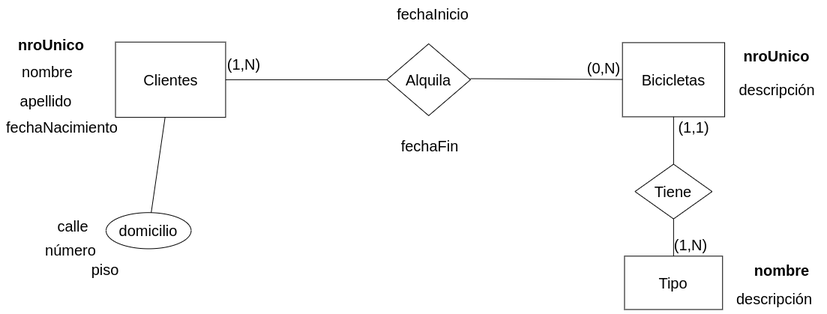
This is Practica/Practica1/drawios-png/ejercicio07P1.drawio.png from c97Ernesto/DisenioBasesDatos, a draw.io export, as it was before one commit. Source tidied: cells renumbered, new cells last; positions are measured from the earlier drawing's top-left corner, leaving out a move shared by most shapes.
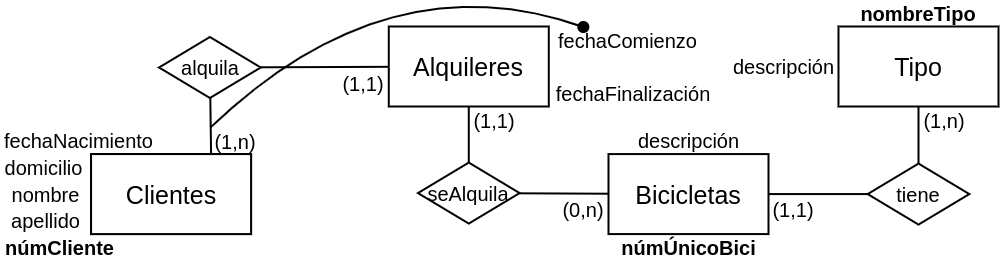
Above is the later version.

Change to the diagram source:
```diff
@@ -1,92 +1,109 @@
-<mxGraphModel background="#ffffff">
+<mxGraphModel>
   <root>
     <mxCell id="0" />
     <mxCell id="1" parent="0" />
-    <mxCell id="2" value="Clientes" style="whiteSpace=wrap;html=1;align=center;labelBackgroundColor=none;flipV=0;flipH=0;fontSize=20;" parent="1" vertex="1">
-      <mxGeometry x="153.5" y="56.7" width="146.9" height="100.4" as="geometry" />
-    </mxCell>
-    <mxCell id="3" value="&lt;b style=&quot;font-size: 20px;&quot;&gt;nroUnico&lt;/b&gt;" style="text;html=1;strokeColor=none;fillColor=none;align=center;verticalAlign=middle;whiteSpace=wrap;rounded=0;rotation=0;labelBackgroundColor=none;flipV=0;flipH=0;fontSize=20;" parent="1" vertex="1">
-      <mxGeometry x="9" y="40" width="117.8" height="39.8" as="geometry" />
-    </mxCell>
-    <mxCell id="4" value="domicilio" style="ellipse;whiteSpace=wrap;html=1;align=center;labelBackgroundColor=none;flipV=0;flipH=0;fontSize=20;" parent="1" vertex="1">
-      <mxGeometry x="141" y="284.2" width="113.4" height="48.2" as="geometry" />
-    </mxCell>
-    <mxCell id="5" value="fechaInicio" style="text;html=1;strokeColor=none;fillColor=none;align=center;verticalAlign=middle;whiteSpace=wrap;rounded=0;rotation=0;labelBackgroundColor=none;flipV=0;flipH=0;fontSize=20;" parent="1" vertex="1">
-      <mxGeometry x="520.6" y="0.4" width="111.6" height="36.2" as="geometry" />
-    </mxCell>
-    <mxCell id="6" style="endArrow=none;html=1;rounded=0;labelBackgroundColor=none;fontColor=default;fontSize=20;" parent="1" edge="1" source="2" target="4">
-      <mxGeometry relative="1" as="geometry" />
-    </mxCell>
+    <mxCell id="30" value="&lt;span style=&quot;font-size: 25px;&quot;&gt;Clientes&lt;/span&gt;" style="whiteSpace=wrap;html=1;align=center;fontSize=20;strokeWidth=2;" parent="1" vertex="1">
+      <mxGeometry x="138.6" y="283.6" width="160" height="80" as="geometry" />
+    </mxCell>
-    <mxCell id="7" value="Bicicletas" style="whiteSpace=wrap;html=1;align=center;fontSize=20;spacing=2;strokeWidth=1;labelBackgroundColor=none;flipV=0;flipH=0;" parent="1" vertex="1">
-      <mxGeometry x="829.7" y="57.4" width="136.3" height="99" as="geometry" />
+    <mxCell id="7" value="&lt;span style=&quot;font-size: 25px;&quot;&gt;Bicicletas&lt;br&gt;&lt;/span&gt;" style="whiteSpace=wrap;html=1;align=center;fontSize=20;strokeWidth=2;" parent="1" vertex="1">
+      <mxGeometry x="656" y="283.6" width="160" height="80" as="geometry" />
     </mxCell>
-    <mxCell id="8" value="&lt;b style=&quot;font-size: 20px;&quot;&gt;nroUnico&lt;/b&gt;" style="text;html=1;strokeColor=none;fillColor=none;align=center;verticalAlign=middle;whiteSpace=wrap;rounded=0;rotation=0;fontSize=20;spacing=2;strokeWidth=1;labelBackgroundColor=none;flipV=0;flipH=0;" parent="1" vertex="1">
-      <mxGeometry x="986.5" y="53" width="99.2" height="44.7" as="geometry" />
-    </mxCell>
-    <mxCell id="9" value="descripción" style="text;html=1;strokeColor=none;fillColor=none;align=center;verticalAlign=middle;whiteSpace=wrap;rounded=0;rotation=0;fontSize=20;spacing=2;strokeWidth=1;labelBackgroundColor=none;flipV=0;flipH=0;" parent="1" vertex="1">
-      <mxGeometry x="969.1" y="97.8" width="133.9" height="43.8" as="geometry" />
-    </mxCell>
-    <mxCell id="10" value="Tipo" style="whiteSpace=wrap;html=1;align=center;fontSize=20;spacing=2;strokeWidth=1;labelBackgroundColor=none;flipV=0;flipH=0;" parent="1" vertex="1">
-      <mxGeometry x="832.5" y="342.3" width="130.8" height="71.2" as="geometry" />
-    </mxCell>
-    <mxCell id="11" value="Tiene" style="shape=rhombus;perimeter=rhombusPerimeter;whiteSpace=wrap;html=1;align=center;fontSize=20;spacing=2;strokeWidth=1;labelBackgroundColor=none;flipV=0;flipH=0;" parent="1" vertex="1">
-      <mxGeometry x="846.4" y="219.6" width="102.9" height="73.1" as="geometry" />
-    </mxCell>
-    <mxCell id="12" style="endArrow=none;html=1;rounded=0;fontSize=20;spacing=2;strokeWidth=1;labelBackgroundColor=none;fontColor=default;" parent="1" edge="1" source="11" target="10">
-      <mxGeometry relative="1" as="geometry" />
-    </mxCell>
-    <mxCell id="13" style="endArrow=none;html=1;rounded=0;fontSize=20;spacing=2;strokeWidth=1;labelBackgroundColor=none;fontColor=default;" parent="1" edge="1" source="7" target="11">
-      <mxGeometry relative="1" as="geometry" />
-    </mxCell>
-    <mxCell id="14" value="&lt;b style=&quot;font-size: 20px;&quot;&gt;nombre&lt;/b&gt;" style="text;html=1;strokeColor=none;fillColor=none;align=center;verticalAlign=middle;whiteSpace=wrap;rounded=0;rotation=0;fontSize=20;spacing=2;strokeWidth=1;labelBackgroundColor=none;flipV=0;flipH=0;" parent="1" vertex="1">
-      <mxGeometry x="989.1" y="342.3" width="106.9" height="36.5" as="geometry" />
-    </mxCell>
-    <mxCell id="15" value="descripción" style="text;html=1;strokeColor=none;fillColor=none;align=center;verticalAlign=middle;whiteSpace=wrap;rounded=0;rotation=0;fontSize=20;spacing=2;strokeWidth=1;labelBackgroundColor=none;flipV=0;flipH=0;" parent="1" vertex="1">
-      <mxGeometry x="983.2" y="378.8" width="99.2" height="40.2" as="geometry" />
-    </mxCell>
-    <mxCell id="16" value="Alquila" style="shape=rhombus;perimeter=rhombusPerimeter;whiteSpace=wrap;html=1;align=center;fontSize=20;spacing=2;strokeWidth=1;labelBackgroundColor=none;flipV=0;flipH=0;" parent="1" vertex="1">
-      <mxGeometry x="515.5" y="59" width="111.6" height="95.9" as="geometry" />
-    </mxCell>
-    <mxCell id="17" style="endArrow=none;html=1;rounded=0;entryX=1;entryY=0.5;entryDx=0;entryDy=0;labelBackgroundColor=none;fontColor=default;fontSize=20;exitX=0;exitY=0.5;exitDx=0;exitDy=0;" parent="1" edge="1" source="16" target="2">
-      <mxGeometry relative="1" as="geometry" />
-    </mxCell>
-    <mxCell id="18" style="endArrow=none;html=1;rounded=0;entryX=1;entryY=0.5;entryDx=0;entryDy=0;labelBackgroundColor=none;fontColor=default;fontSize=20;" parent="1" edge="1" source="7">
-      <mxGeometry relative="1" as="geometry">
-        <mxPoint x="627" y="105.5" as="targetPoint" />
-      </mxGeometry>
-    </mxCell>
-    <mxCell id="19" value="&lt;span style=&quot;font-size: 20px;&quot;&gt;nombre&lt;/span&gt;" style="text;html=1;strokeColor=none;fillColor=none;align=center;verticalAlign=middle;whiteSpace=wrap;rounded=0;rotation=0;labelBackgroundColor=none;flipV=0;flipH=0;fontSize=20;" parent="1" vertex="1">
-      <mxGeometry x="4.2" y="76" width="117.8" height="39.8" as="geometry" />
-    </mxCell>
+    <mxCell id="31" value="&lt;span style=&quot;font-size: 25px;&quot;&gt;Clientes&lt;/span&gt;" style="whiteSpace=wrap;html=1;align=center;fontSize=20;strokeWidth=2;" parent="1" vertex="1">
+      <mxGeometry x="138.6" y="283.6" width="160" height="80" as="geometry" />
+    </mxCell>
+    <mxCell id="32" value="númCliente" style="text;html=1;strokeColor=none;fillColor=none;align=center;verticalAlign=middle;whiteSpace=wrap;rounded=0;fontSize=20;strokeWidth=1;fontStyle=1;" parent="1" vertex="1">
+      <mxGeometry x="47.1" y="363.6" width="120.6" height="26.6" as="geometry" />
+    </mxCell>
+    <mxCell id="33" value="nombre" style="text;html=1;strokeColor=none;fillColor=none;align=center;verticalAlign=middle;whiteSpace=wrap;rounded=0;fontSize=20;" parent="1" vertex="1">
+      <mxGeometry x="49.1" y="310.3" width="89.4" height="26.6" as="geometry" />
+    </mxCell>
-    <mxCell id="20" value="&lt;span style=&quot;font-size: 20px;&quot;&gt;apellido&lt;/span&gt;" style="text;html=1;strokeColor=none;fillColor=none;align=center;verticalAlign=middle;whiteSpace=wrap;rounded=0;rotation=0;labelBackgroundColor=none;flipV=0;flipH=0;fontSize=20;" parent="1" vertex="1">
-      <mxGeometry x="2.2" y="115" width="117.8" height="39.8" as="geometry" />
+    <mxCell id="20" value="apellido" style="text;html=1;strokeColor=none;fillColor=none;align=center;verticalAlign=middle;whiteSpace=wrap;rounded=0;fontSize=20;" parent="1" vertex="1">
+      <mxGeometry x="49.1" y="337" width="89.4" height="26.6" as="geometry" />
     </mxCell>
-    <mxCell id="21" value="&lt;span style=&quot;font-size: 20px;&quot;&gt;fechaNacimiento&lt;/span&gt;" style="text;html=1;strokeColor=none;fillColor=none;align=center;verticalAlign=middle;whiteSpace=wrap;rounded=0;rotation=0;labelBackgroundColor=none;flipV=0;flipH=0;fontSize=20;" parent="1" vertex="1">
-      <mxGeometry y="150.5" width="164.9" height="39.8" as="geometry" />
+    <mxCell id="21" value="fechaNacimiento" style="text;html=1;strokeColor=none;fillColor=none;align=center;verticalAlign=middle;whiteSpace=wrap;rounded=0;fontSize=20;" parent="1" vertex="1">
+      <mxGeometry x="47.1" y="257" width="159.4" height="26.6" as="geometry" />
     </mxCell>
-    <mxCell id="22" value="fechaFin" style="text;html=1;strokeColor=none;fillColor=none;align=center;verticalAlign=middle;whiteSpace=wrap;rounded=0;rotation=0;labelBackgroundColor=none;flipV=0;flipH=0;fontSize=20;" parent="1" vertex="1">
-      <mxGeometry x="517.3" y="176.8" width="111.6" height="36.2" as="geometry" />
-    </mxCell>
-    <mxCell id="23" value="calle" style="text;html=1;strokeColor=none;fillColor=none;align=center;verticalAlign=middle;whiteSpace=wrap;rounded=0;rotation=0;labelBackgroundColor=none;flipV=0;flipH=0;fontSize=20;" parent="1" vertex="1">
-      <mxGeometry x="61.8" y="284.2" width="70.3" height="36.2" as="geometry" />
-    </mxCell>
-    <mxCell id="24" value="número" style="text;html=1;strokeColor=none;fillColor=none;align=center;verticalAlign=middle;whiteSpace=wrap;rounded=0;rotation=0;labelBackgroundColor=none;flipV=0;flipH=0;fontSize=20;" parent="1" vertex="1">
-      <mxGeometry x="38" y="316" width="111.6" height="36.2" as="geometry" />
-    </mxCell>
-    <mxCell id="25" value="piso" style="text;html=1;strokeColor=none;fillColor=none;align=center;verticalAlign=middle;whiteSpace=wrap;rounded=0;rotation=0;labelBackgroundColor=none;flipV=0;flipH=0;fontSize=20;" parent="1" vertex="1">
-      <mxGeometry x="83.5" y="342.3" width="111.6" height="36.2" as="geometry" />
-    </mxCell>
-    <mxCell id="26" value="(1,1)" style="text;html=1;strokeColor=none;fillColor=none;align=center;verticalAlign=middle;whiteSpace=wrap;rounded=0;fontSize=20;" parent="1" vertex="1">
-      <mxGeometry x="899.7" y="155.1" width="49.6" height="30.8" as="geometry" />
-    </mxCell>
-    <mxCell id="27" value="(1,N)" style="text;html=1;strokeColor=none;fillColor=none;align=center;verticalAlign=middle;whiteSpace=wrap;rounded=0;fontSize=20;" parent="1" vertex="1">
-      <mxGeometry x="300.4" y="70.9" width="49.6" height="30.8" as="geometry" />
-    </mxCell>
-    <mxCell id="28" value="(0,N)" style="text;html=1;strokeColor=none;fillColor=none;align=center;verticalAlign=middle;whiteSpace=wrap;rounded=0;fontSize=20;" parent="1" vertex="1">
-      <mxGeometry x="780.1" y="76" width="49.6" height="30.8" as="geometry" />
-    </mxCell>
-    <mxCell id="29" value="(1,N)" style="text;html=1;strokeColor=none;fillColor=none;align=center;verticalAlign=middle;whiteSpace=wrap;rounded=0;fontSize=20;" parent="1" vertex="1">
-      <mxGeometry x="896" y="311.5" width="49.6" height="30.8" as="geometry" />
-    </mxCell>
+    <mxCell id="4" value="domicilio" style="text;html=1;strokeColor=none;fillColor=none;align=center;verticalAlign=middle;whiteSpace=wrap;rounded=0;fontSize=20;" parent="1" vertex="1">
+      <mxGeometry x="47.1" y="283.6" width="89.4" height="26.6" as="geometry" />
+    </mxCell>
+    <mxCell id="34" value="&lt;span style=&quot;font-size: 25px;&quot;&gt;Alquileres&lt;/span&gt;" style="whiteSpace=wrap;html=1;align=center;fontSize=20;strokeWidth=2;" parent="1" vertex="1">
+      <mxGeometry x="436.3" y="156" width="160" height="80" as="geometry" />
+    </mxCell>
+    <mxCell id="35" value="seAlquila" style="shape=rhombus;perimeter=rhombusPerimeter;whiteSpace=wrap;html=1;align=center;fontSize=20;strokeWidth=2;" parent="1" vertex="1">
+      <mxGeometry x="465.5" y="292.1" width="101.7" height="61" as="geometry" />
+    </mxCell>
+    <mxCell id="36" style="endArrow=none;html=1;rounded=0;fontSize=20;strokeWidth=2;" parent="1" edge="1" source="34" target="35">
+      <mxGeometry relative="1" as="geometry" />
+    </mxCell>
+    <mxCell id="37" style="endArrow=none;html=1;rounded=0;fontSize=20;strokeWidth=2;" parent="1" edge="1" source="35" target="7">
+      <mxGeometry relative="1" as="geometry" />
+    </mxCell>
+    <mxCell id="38" style="endArrow=none;html=1;rounded=0;fontSize=20;strokeWidth=2;" parent="1" edge="1" source="34" target="39">
+      <mxGeometry relative="1" as="geometry" />
+    </mxCell>
+    <mxCell id="39" value="alquila" style="shape=rhombus;perimeter=rhombusPerimeter;whiteSpace=wrap;html=1;align=center;fontSize=20;strokeWidth=2;" parent="1" vertex="1">
+      <mxGeometry x="206.6" y="166.5" width="101.7" height="61" as="geometry" />
+    </mxCell>
+    <mxCell id="40" style="endArrow=none;html=1;rounded=0;fontSize=20;strokeWidth=2;entryX=0.75;entryY=0;entryDx=0;entryDy=0;" parent="1" edge="1" source="39" target="31">
+      <mxGeometry relative="1" as="geometry" />
+    </mxCell>
+    <mxCell id="41" value="(1,1)" style="text;html=1;strokeColor=none;fillColor=none;align=center;verticalAlign=middle;whiteSpace=wrap;rounded=0;fontSize=20;" parent="1" vertex="1">
+      <mxGeometry x="386" y="198.9" width="50.3" height="27.6" as="geometry" />
+    </mxCell>
+    <mxCell id="42" value="(1,n)" style="text;html=1;strokeColor=none;fillColor=none;align=center;verticalAlign=middle;whiteSpace=wrap;rounded=0;fontSize=20;" parent="1" vertex="1">
+      <mxGeometry x="257.9" y="257" width="50.3" height="27.6" as="geometry" />
+    </mxCell>
+    <mxCell id="43" value="(1,1)" style="text;html=1;strokeColor=none;fillColor=none;align=center;verticalAlign=middle;whiteSpace=wrap;rounded=0;fontSize=20;" parent="1" vertex="1">
+      <mxGeometry x="516.8" y="236" width="50.3" height="27.6" as="geometry" />
+    </mxCell>
+    <mxCell id="44" value="(0,n)" style="text;html=1;strokeColor=none;fillColor=none;align=center;verticalAlign=middle;whiteSpace=wrap;rounded=0;fontSize=20;" parent="1" vertex="1">
+      <mxGeometry x="605.7" y="325.5" width="50.3" height="27.6" as="geometry" />
+    </mxCell>
+    <mxCell id="45" value="fechaComienzo" style="text;html=1;strokeColor=none;fillColor=none;align=center;verticalAlign=middle;whiteSpace=wrap;rounded=0;fontSize=20;" parent="1" vertex="1">
+      <mxGeometry x="596.3" y="157" width="159.4" height="26.6" as="geometry" />
+    </mxCell>
+    <mxCell id="46" value="fechaFinalización" style="text;html=1;strokeColor=none;fillColor=none;align=center;verticalAlign=middle;whiteSpace=wrap;rounded=0;fontSize=20;" parent="1" vertex="1">
+      <mxGeometry x="596.3" y="209.4" width="169.7" height="26.6" as="geometry" />
+    </mxCell>
+    <mxCell id="10" value="&lt;span style=&quot;font-size: 25px;&quot;&gt;Tipo&lt;br&gt;&lt;/span&gt;" style="whiteSpace=wrap;html=1;align=center;fontSize=20;strokeWidth=2;" parent="1" vertex="1">
+      <mxGeometry x="886" y="156" width="160" height="80" as="geometry" />
+    </mxCell>
+    <mxCell id="47" value="tiene" style="shape=rhombus;perimeter=rhombusPerimeter;whiteSpace=wrap;html=1;align=center;fontSize=20;strokeWidth=2;" parent="1" vertex="1">
+      <mxGeometry x="915.2" y="293.1" width="101.7" height="61" as="geometry" />
+    </mxCell>
+    <mxCell id="48" style="endArrow=none;html=1;rounded=0;fontSize=20;strokeWidth=2;" parent="1" edge="1" source="10" target="47">
+      <mxGeometry relative="1" as="geometry" />
+    </mxCell>
+    <mxCell id="49" style="endArrow=none;html=1;rounded=0;fontSize=20;strokeWidth=2;" parent="1" edge="1" source="47" target="7">
+      <mxGeometry relative="1" as="geometry" />
+    </mxCell>
+    <mxCell id="50" value="(1,1)" style="text;html=1;strokeColor=none;fillColor=none;align=center;verticalAlign=middle;whiteSpace=wrap;rounded=0;fontSize=20;" parent="1" vertex="1">
+      <mxGeometry x="816" y="325.5" width="50.3" height="27.6" as="geometry" />
+    </mxCell>
+    <mxCell id="51" value="(1,n)" style="text;html=1;strokeColor=none;fillColor=none;align=center;verticalAlign=middle;whiteSpace=wrap;rounded=0;fontSize=20;" parent="1" vertex="1">
+      <mxGeometry x="966.5" y="236" width="50.3" height="27.6" as="geometry" />
+    </mxCell>
+    <mxCell id="52" value="nombreTipo" style="text;html=1;strokeColor=none;fillColor=none;align=center;verticalAlign=middle;whiteSpace=wrap;rounded=0;fontSize=20;fontStyle=1;" parent="1" vertex="1">
+      <mxGeometry x="901.1" y="129.4" width="129.7" height="26.6" as="geometry" />
+    </mxCell>
+    <mxCell id="53" value="descripción" style="text;html=1;strokeColor=none;fillColor=none;align=center;verticalAlign=middle;whiteSpace=wrap;rounded=0;fontSize=20;" parent="1" vertex="1">
+      <mxGeometry x="776.6" y="182.7" width="109.4" height="26.6" as="geometry" />
+    </mxCell>
+    <mxCell id="54" style="curved=1;endArrow=none;html=1;rounded=0;endFill=0;strokeWidth=2;exitX=0;exitY=0;exitDx=0;exitDy=0;" parent="1" edge="1" source="42" target="55">
+      <mxGeometry relative="1" as="geometry">
+        <Array as="points">
+          <mxPoint x="436" y="87" />
+        </Array>
+      </mxGeometry>
+    </mxCell>
+    <mxCell id="55" style="shape=waypoint;sketch=0;size=6;points=[];fillColor=none;perimeter=centerPerimeter;snapToPoint=1;strokeWidth=4;" parent="1" vertex="1">
+      <mxGeometry x="620.8" y="146.5" width="20" height="20" as="geometry" />
+    </mxCell>
+    <mxCell id="56" value="&lt;b&gt;númÚnicoBici&lt;/b&gt;" style="text;html=1;strokeColor=none;fillColor=none;align=center;verticalAlign=middle;whiteSpace=wrap;rounded=0;fontSize=20;" parent="1" vertex="1">
+      <mxGeometry x="668.6" y="363.6" width="134.7" height="26.6" as="geometry" />
+    </mxCell>
+    <mxCell id="57" value="descripción" style="text;html=1;strokeColor=none;fillColor=none;align=center;verticalAlign=middle;whiteSpace=wrap;rounded=0;fontSize=20;" parent="1" vertex="1">
+      <mxGeometry x="668.6" y="257" width="134.7" height="26.6" as="geometry" />
+    </mxCell>
   </root>
 </mxGraphModel>
```
